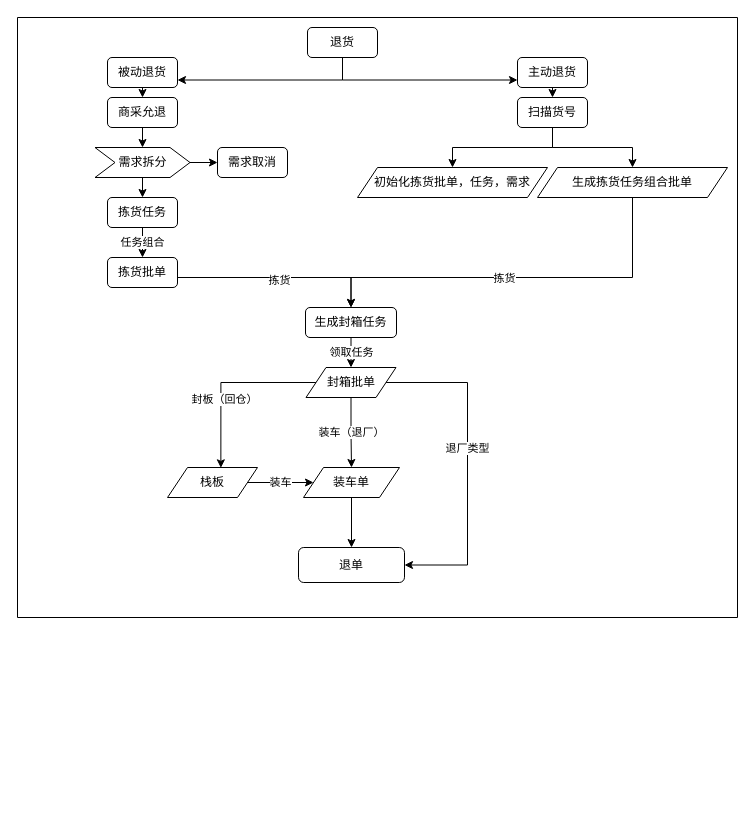
This is rt-mart.drawio from cainiao3853/draw-io, a draw.io file, before an edit. Source tidied: cells renumbered, new cells numbered last; positions are measured from the earlier drawing's top-left corner, leaving out a move shared by most shapes. Both pictures are drawn from the tidied source at 100%, with x=0, y=0 at pixel (17, 17).
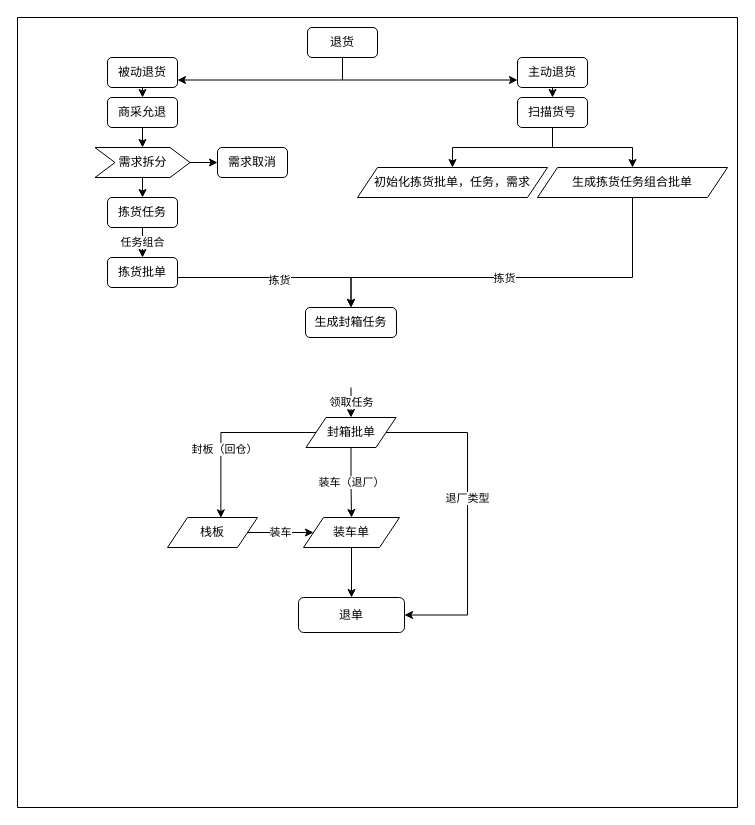
Above is the later version.

Unchanged cells that the change refers to:
```xml
<mxCell id="25" value="生成封箱任务" style="rounded=1;whiteSpace=wrap;html=1;" parent="2" vertex="1">
  <mxGeometry x="288" y="290" width="91" height="30" as="geometry" />
</mxCell>
```

What changed in the source:
```diff
@@
     <mxCell id="2" style="swimlane;startSize=0;" parent="1" vertex="1">
-      <mxGeometry width="720" height="600" as="geometry" />
+      <mxGeometry width="720" height="790" as="geometry" />
     </mxCell>
@@
-    <mxCell id="24" value="领取任务" style="edgeStyle=orthogonalEdgeStyle;rounded=0;jettySize=auto;html=1;exitX=0.5;exitY=1;exitDx=0;exitDy=0;entryX=0.5;entryY=0;entryDx=0;entryDy=0;" parent="2" edge="1" source="25" target="35">
-      <mxGeometry relative="1" as="geometry" />
+    <mxCell id="24" value="领取任务" style="edgeStyle=orthogonalEdgeStyle;rounded=0;jettySize=auto;html=1;exitX=0.5;exitY=1;exitDx=0;exitDy=0;entryX=0.5;entryY=0;entryDx=0;entryDy=0;" parent="2" edge="1" target="35">
+      <mxGeometry relative="1" as="geometry">
+        <mxPoint x="333.5" y="370" as="sourcePoint" />
+      </mxGeometry>
     </mxCell>
@@
     <mxCell id="32" value="装车（退厂）" style="edgeStyle=orthogonalEdgeStyle;rounded=0;jettySize=auto;html=1;exitX=0.5;exitY=1;exitDx=0;exitDy=0;entryX=0.5;entryY=0;entryDx=0;entryDy=0;" parent="2" edge="1" source="35" target="39">
       <mxGeometry relative="1" as="geometry">
         <Array as="points">
-          <mxPoint x="334" y="415" />
+          <mxPoint x="334" y="465" />
         </Array>
       </mxGeometry>
     </mxCell>
     <mxCell id="33" style="edgeStyle=orthogonalEdgeStyle;rounded=0;jettySize=auto;html=1;exitX=1;exitY=0.5;exitDx=0;exitDy=0;entryX=1;entryY=0.5;entryDx=0;entryDy=0;" parent="2" edge="1" source="35" target="40">
       <mxGeometry relative="1" as="geometry">
         <Array as="points">
-          <mxPoint x="450" y="365" />
-          <mxPoint x="450" y="548" />
+          <mxPoint x="450" y="415" />
+          <mxPoint x="450" y="598" />
         </Array>
       </mxGeometry>
     </mxCell>
@@
     <mxCell id="35" value="封箱批单" style="shape=parallelogram;perimeter=parallelogramPerimeter;whiteSpace=wrap;html=1;fixedSize=1;" parent="2" vertex="1">
-      <mxGeometry x="288.5" y="350" width="90" height="30" as="geometry" />
+      <mxGeometry x="288.5" y="400" width="90" height="30" as="geometry" />
     </mxCell>
@@
     <mxCell id="37" value="栈板" style="shape=parallelogram;perimeter=parallelogramPerimeter;whiteSpace=wrap;html=1;fixedSize=1;" parent="2" vertex="1">
-      <mxGeometry x="150" y="450" width="90" height="30" as="geometry" />
+      <mxGeometry x="150" y="500" width="90" height="30" as="geometry" />
     </mxCell>
@@
     <mxCell id="39" value="装车单" style="shape=parallelogram;perimeter=parallelogramPerimeter;whiteSpace=wrap;html=1;fixedSize=1;" parent="2" vertex="1">
-      <mxGeometry x="286" y="450" width="96" height="30" as="geometry" />
+      <mxGeometry x="286" y="500" width="96" height="30" as="geometry" />
     </mxCell>
     <mxCell id="40" value="退单" style="rounded=1;whiteSpace=wrap;html=1;" parent="2" vertex="1">
-      <mxGeometry x="281" y="530" width="106" height="35" as="geometry" />
+      <mxGeometry x="281" y="580" width="106" height="35" as="geometry" />
     </mxCell>
```
